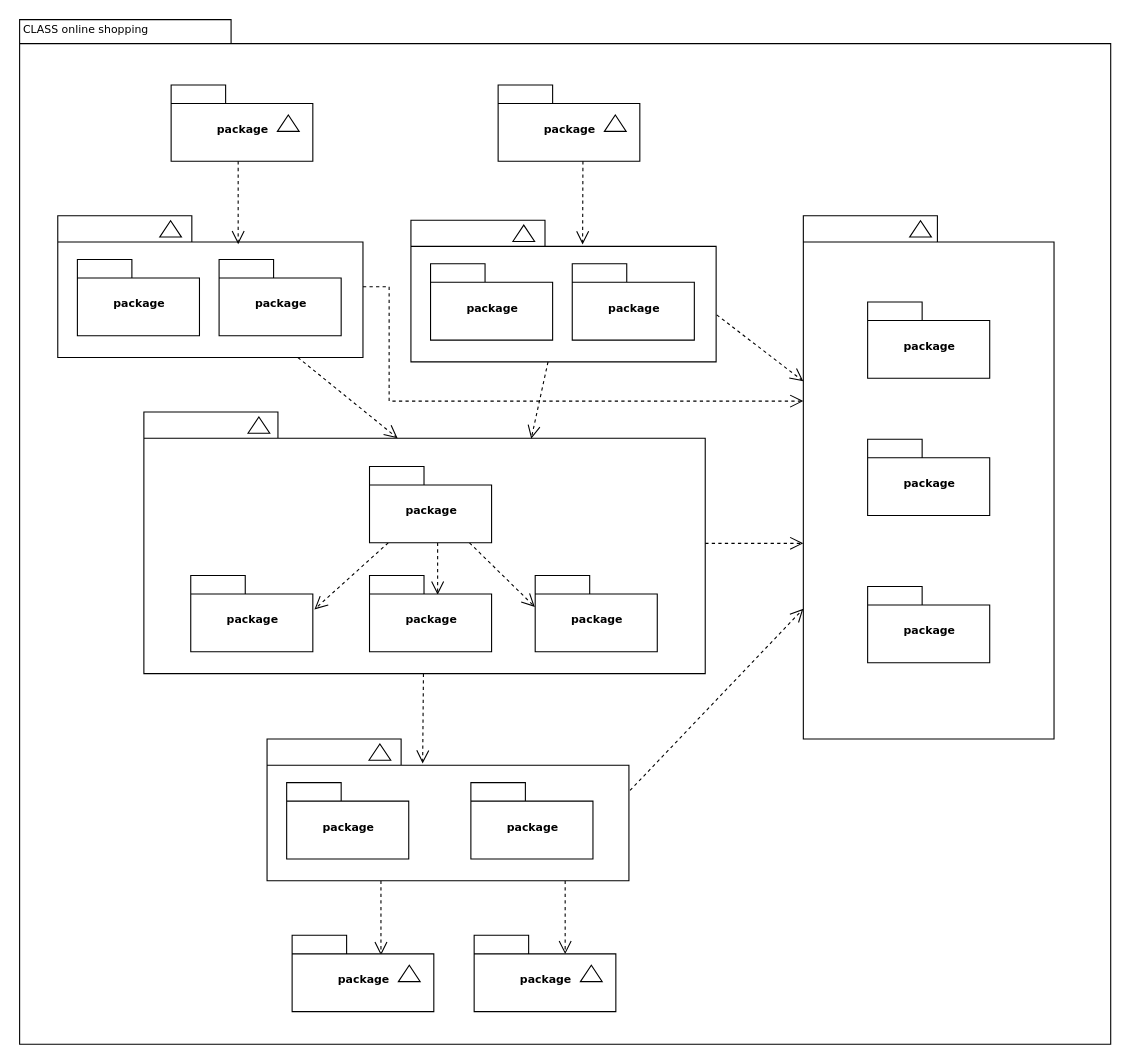
Earlier version of the draw.io diagram Untitled Diagram.drawio (Arxonus/Programms). Source tidied: cells renumbered, new cells numbered last; positions are measured from the earlier drawing's top-left corner, leaving out a move shared by most shapes. Both pictures are drawn from the tidied source at 109%, with x=0, y=0 at pixel (19, 19).
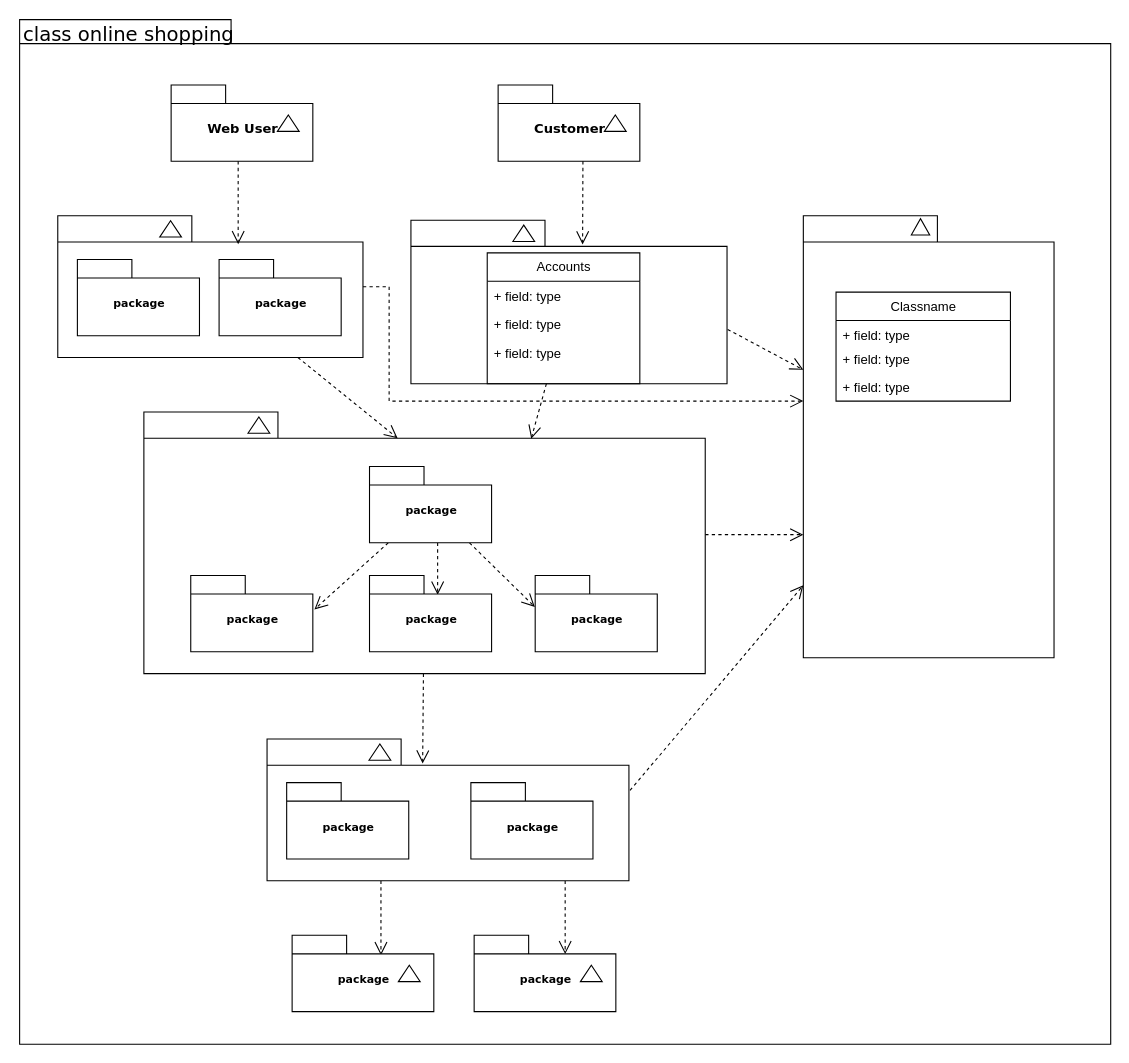
The same page after the edit.

The change refers to these unchanged cells:
```xml
<mxCell id="3" style="group;" parent="1" vertex="1">
  <mxGeometry x="139.5" y="60.5" width="130" height="70" as="geometry" />
</mxCell>
<mxCell id="6" style="group;" parent="1" vertex="1">
  <mxGeometry x="439.5" y="60.5" width="130" height="70" as="geometry" />
</mxCell>
```

The edit, as a diff of the source:
```diff
@@
-    <mxCell id="4" value="package" style="shape=folder;fontStyle=1;spacingTop=10;tabWidth=50;tabHeight=17;tabPosition=left;html=1;rounded=0;shadow=0;comic=0;labelBackgroundColor=none;strokeWidth=1;fontFamily=Verdana;fontSize=10;align=center;" parent="3" vertex="1">
+    <mxCell id="4" value="&lt;font style=&quot;font-size: 12px;&quot;&gt;Web User&lt;/font&gt;" style="shape=folder;fontStyle=1;spacingTop=10;tabWidth=50;tabHeight=17;tabPosition=left;html=1;rounded=0;shadow=0;comic=0;labelBackgroundColor=none;strokeWidth=1;fontFamily=Verdana;fontSize=10;align=center;" parent="3" vertex="1">
       <mxGeometry width="130" height="70" as="geometry" />
     </mxCell>
@@
-    <mxCell id="7" value="package" style="shape=folder;fontStyle=1;spacingTop=10;tabWidth=50;tabHeight=17;tabPosition=left;html=1;rounded=0;shadow=0;comic=0;labelBackgroundColor=none;strokeWidth=1;fontFamily=Verdana;fontSize=10;align=center;" parent="6" vertex="1">
+    <mxCell id="7" value="&lt;font style=&quot;font-size: 12px;&quot;&gt;Customer&lt;/font&gt;" style="shape=folder;fontStyle=1;spacingTop=10;tabWidth=50;tabHeight=17;tabPosition=left;html=1;rounded=0;shadow=0;comic=0;labelBackgroundColor=none;strokeWidth=1;fontFamily=Verdana;fontSize=10;align=center;" parent="6" vertex="1">
       <mxGeometry width="130" height="70" as="geometry" />
     </mxCell>
@@
     <mxCell id="14" style="group;" parent="1" vertex="1">
-      <mxGeometry x="359.5" y="184.5" width="280" height="130" as="geometry" />
+      <mxGeometry x="359.5" y="184.5" width="290" height="150" as="geometry" />
     </mxCell>
     <mxCell id="15" style="shape=folder;fontStyle=1;spacingTop=10;tabWidth=123;tabHeight=24;tabPosition=left;html=1;rounded=0;shadow=0;comic=0;labelBackgroundColor=none;strokeWidth=1;fontFamily=Verdana;fontSize=10;align=center;" parent="14" vertex="1">
-      <mxGeometry width="280" height="130" as="geometry" />
+      <mxGeometry width="290" height="150" as="geometry" />
     </mxCell>
@@
-    <mxCell id="17" value="package" style="shape=folder;fontStyle=1;spacingTop=10;tabWidth=50;tabHeight=17;tabPosition=left;html=1;rounded=0;shadow=0;comic=0;labelBackgroundColor=none;strokeWidth=1;fontFamily=Verdana;fontSize=10;align=center;" parent="14" vertex="1">
-      <mxGeometry x="18" y="40" width="112" height="70" as="geometry" />
-    </mxCell>
-    <mxCell id="18" value="package" style="shape=folder;fontStyle=1;spacingTop=10;tabWidth=50;tabHeight=17;tabPosition=left;html=1;rounded=0;shadow=0;comic=0;labelBackgroundColor=none;strokeWidth=1;fontFamily=Verdana;fontSize=10;align=center;" parent="14" vertex="1">
-      <mxGeometry x="148" y="40" width="112" height="70" as="geometry" />
-    </mxCell>
+    <mxCell id="57" value="Accounts" style="swimlane;fontStyle=0;horizontal=1;startSize=26;fillColor=none;whiteSpace=wrap;html=1;" parent="14" vertex="1">
+      <mxGeometry x="70" y="30" width="140" height="120" as="geometry" />
+    </mxCell>
+    <mxCell id="58" value="+ field: type" style="text;strokeColor=none;fillColor=none;align=left;verticalAlign=top;spacingLeft=4;spacingRight=4;overflow=hidden;whiteSpace=wrap;html=1;" parent="57" vertex="1">
+      <mxGeometry y="26" width="140" height="26" as="geometry" />
+    </mxCell>
+    <mxCell id="59" value="+ field: type" style="text;strokeColor=none;fillColor=none;align=left;verticalAlign=top;spacingLeft=4;spacingRight=4;overflow=hidden;whiteSpace=wrap;html=1;" parent="57" vertex="1">
+      <mxGeometry y="52" width="140" height="26" as="geometry" />
+    </mxCell>
+    <mxCell id="60" value="+ field: type" style="text;strokeColor=none;fillColor=none;align=left;verticalAlign=top;spacingLeft=4;spacingRight=4;overflow=hidden;whiteSpace=wrap;html=1;" parent="57" vertex="1">
+      <mxGeometry y="78" width="140" height="42" as="geometry" />
+    </mxCell>
     <mxCell id="19" style="group;" parent="1" vertex="1">
-      <mxGeometry x="719.5" y="180.5" width="230" height="480" as="geometry" />
+      <mxGeometry x="719.5" y="180.5" width="230" height="405.5" as="geometry" />
     </mxCell>
     <mxCell id="20" style="group;" parent="19" vertex="1">
-      <mxGeometry width="230" height="480" as="geometry" />
+      <mxGeometry width="230" height="405.5" as="geometry" />
     </mxCell>
     <mxCell id="21" style="shape=folder;fontStyle=1;spacingTop=10;tabWidth=123;tabHeight=24;tabPosition=left;html=1;rounded=0;shadow=0;comic=0;labelBackgroundColor=none;strokeWidth=1;fontFamily=Verdana;fontSize=10;align=center;" parent="20" vertex="1">
-      <mxGeometry width="230" height="480" as="geometry" />
+      <mxGeometry width="230" height="405.5" as="geometry" />
     </mxCell>
     <mxCell id="22" style="triangle;whiteSpace=wrap;html=1;rounded=0;shadow=0;comic=0;labelBackgroundColor=none;strokeWidth=1;fontFamily=Verdana;fontSize=10;align=center;rotation=-90;" parent="20" vertex="1">
-      <mxGeometry x="100" y="2" width="15" height="20" as="geometry" />
+      <mxGeometry x="100" y="1.7" width="15" height="16.9" as="geometry" />
     </mxCell>
-    <mxCell id="23" value="package" style="shape=folder;fontStyle=1;spacingTop=10;tabWidth=50;tabHeight=17;tabPosition=left;html=1;rounded=0;shadow=0;comic=0;labelBackgroundColor=none;strokeWidth=1;fontFamily=Verdana;fontSize=10;align=center;" parent="20" vertex="1">
-      <mxGeometry x="59" y="79" width="112" height="70" as="geometry" />
-    </mxCell>
-    <mxCell id="24" value="package" style="shape=folder;fontStyle=1;spacingTop=10;tabWidth=50;tabHeight=17;tabPosition=left;html=1;rounded=0;shadow=0;comic=0;labelBackgroundColor=none;strokeWidth=1;fontFamily=Verdana;fontSize=10;align=center;" parent="20" vertex="1">
-      <mxGeometry x="59" y="205" width="112" height="70" as="geometry" />
-    </mxCell>
-    <mxCell id="25" value="package" style="shape=folder;fontStyle=1;spacingTop=10;tabWidth=50;tabHeight=17;tabPosition=left;html=1;rounded=0;shadow=0;comic=0;labelBackgroundColor=none;strokeWidth=1;fontFamily=Verdana;fontSize=10;align=center;" parent="20" vertex="1">
-      <mxGeometry x="59" y="340" width="112" height="70" as="geometry" />
-    </mxCell>
+    <mxCell id="61" value="Classname" style="swimlane;fontStyle=0;horizontal=1;startSize=26;fillColor=none;whiteSpace=wrap;html=1;" parent="20" vertex="1">
+      <mxGeometry x="30" y="70" width="160" height="100" as="geometry" />
+    </mxCell>
+    <mxCell id="62" value="+ field: type" style="text;strokeColor=none;fillColor=none;align=left;verticalAlign=top;spacingLeft=4;spacingRight=4;overflow=hidden;whiteSpace=wrap;html=1;" parent="61" vertex="1">
+      <mxGeometry y="26" width="160" height="22" as="geometry" />
+    </mxCell>
+    <mxCell id="63" value="+ field: type" style="text;strokeColor=none;fillColor=none;align=left;verticalAlign=top;spacingLeft=4;spacingRight=4;overflow=hidden;whiteSpace=wrap;html=1;" parent="61" vertex="1">
+      <mxGeometry y="48" width="160" height="26" as="geometry" />
+    </mxCell>
+    <mxCell id="64" value="+ field: type" style="text;strokeColor=none;fillColor=none;align=left;verticalAlign=top;spacingLeft=4;spacingRight=4;overflow=hidden;whiteSpace=wrap;html=1;" parent="61" vertex="1">
+      <mxGeometry y="74" width="160" height="26" as="geometry" />
+    </mxCell>
@@
-    <mxCell id="56" value="CLASS online shopping" style="text;html=1;align=left;verticalAlign=top;spacingTop=-4;fontSize=10;fontFamily=Verdana;" parent="1" vertex="1">
+    <mxCell id="56" value="&lt;font style=&quot;font-size: 18px;&quot;&gt;class online shopping&lt;/font&gt;" style="text;html=1;align=left;verticalAlign=top;spacingTop=-4;fontSize=10;fontFamily=Verdana;" parent="1" vertex="1">
       <mxGeometry x="1.5" y="0.5" width="130" height="20" as="geometry" />
     </mxCell>
```
